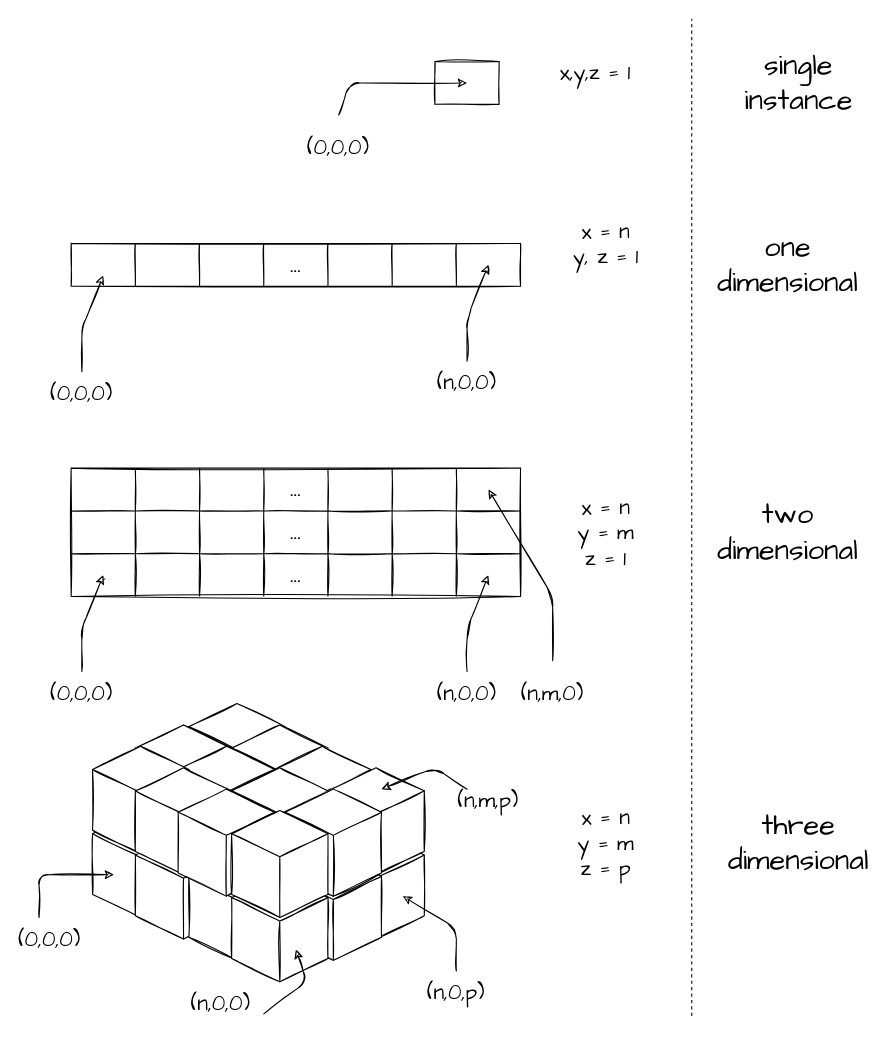
Earlier version of the draw.io diagram computing_dimensions.drawio (tamani-coding/webgpu-computing-jpeg). Source tidied: cells renumbered, new cells numbered last; positions are measured from the earlier drawing's top-left corner, leaving out a move shared by most shapes. Both pictures are drawn from the tidied source at 107%, with x=0, y=0 at pixel (28, 18).
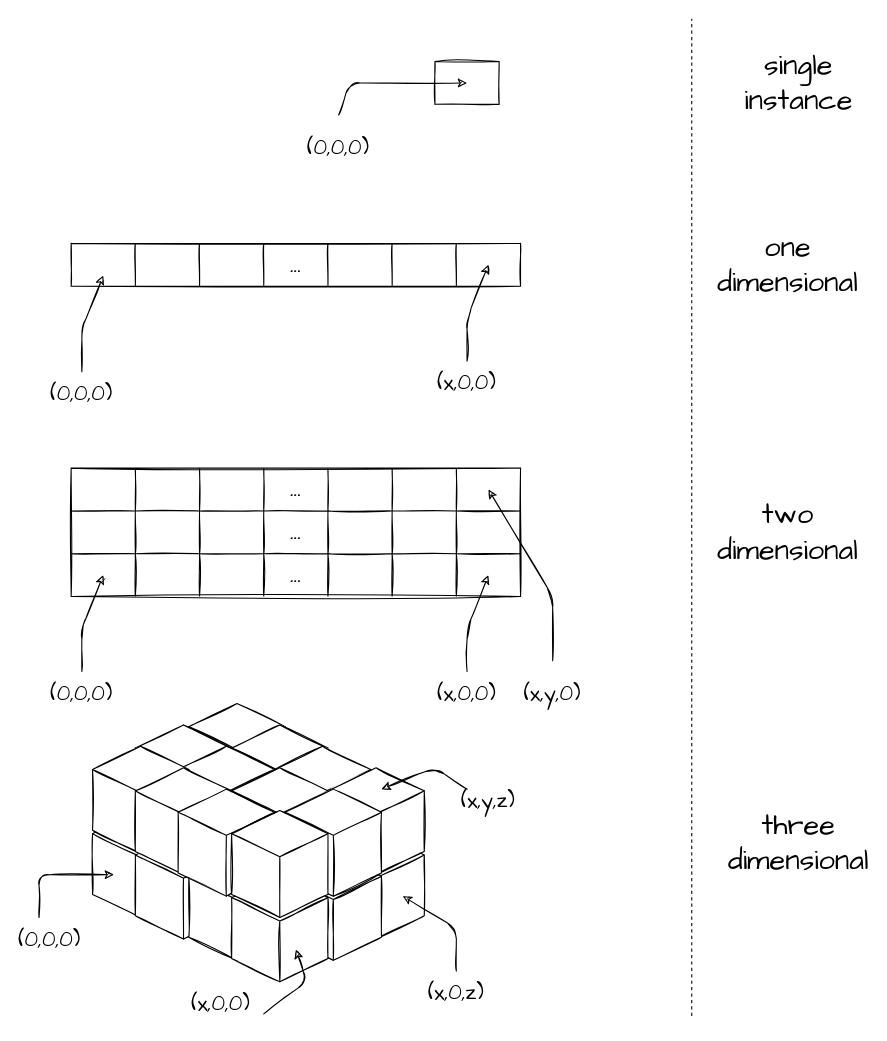
After the change.

The edit, as a diff of the source:
```diff
@@
-    <mxCell id="7" value="&lt;font style=&quot;font-size: 20px&quot; face=&quot;Comic Sans MS&quot;&gt;x,y,z = 1&lt;/font&gt;" style="text;html=1;strokeColor=none;fillColor=none;align=center;verticalAlign=middle;whiteSpace=wrap;rounded=0;" parent="1" vertex="1">
-      <mxGeometry x="470" y="40" width="120" height="20" as="geometry" />
-    </mxCell>
@@
-    <mxCell id="19" value="&lt;font style=&quot;font-size: 20px&quot; face=&quot;Comic Sans MS&quot;&gt;(n,0,0)&lt;/font&gt;" style="text;html=1;strokeColor=none;fillColor=none;align=center;verticalAlign=middle;whiteSpace=wrap;rounded=0;" parent="1" vertex="1">
+    <mxCell id="19" value="&lt;font style=&quot;font-size: 20px&quot; face=&quot;Comic Sans MS&quot;&gt;(x,0,0)&lt;/font&gt;" style="text;html=1;strokeColor=none;fillColor=none;align=center;verticalAlign=middle;whiteSpace=wrap;rounded=0;" parent="1" vertex="1">
       <mxGeometry x="390" y="330" width="40" height="20" as="geometry" />
     </mxCell>
@@
-    <mxCell id="21" value="&lt;font style=&quot;font-size: 20px&quot; face=&quot;Comic Sans MS&quot;&gt;x = n&lt;br&gt;y, z = 1&lt;br&gt;&lt;/font&gt;" style="text;html=1;strokeColor=none;fillColor=none;align=center;verticalAlign=middle;whiteSpace=wrap;rounded=0;" parent="1" vertex="1">
-      <mxGeometry x="480" y="200" width="120" height="20" as="geometry" />
-    </mxCell>
@@
-    <mxCell id="49" value="&lt;font style=&quot;font-size: 20px&quot; face=&quot;Comic Sans MS&quot;&gt;(n,0,0)&lt;/font&gt;" style="text;html=1;strokeColor=none;fillColor=none;align=center;verticalAlign=middle;whiteSpace=wrap;rounded=0;" parent="1" vertex="1">
+    <mxCell id="49" value="&lt;font style=&quot;font-size: 20px&quot; face=&quot;Comic Sans MS&quot;&gt;(x,0,0)&lt;/font&gt;" style="text;html=1;strokeColor=none;fillColor=none;align=center;verticalAlign=middle;whiteSpace=wrap;rounded=0;" parent="1" vertex="1">
       <mxGeometry x="390" y="620" width="40" height="20" as="geometry" />
     </mxCell>
@@
-    <mxCell id="51" value="&lt;font style=&quot;font-size: 20px&quot; face=&quot;Comic Sans MS&quot;&gt;x = n&lt;br&gt;y = m&lt;br&gt;z = 1&lt;br&gt;&lt;/font&gt;" style="text;html=1;strokeColor=none;fillColor=none;align=center;verticalAlign=middle;whiteSpace=wrap;rounded=0;" parent="1" vertex="1">
-      <mxGeometry x="480" y="470" width="120" height="20" as="geometry" />
-    </mxCell>
@@
-    <mxCell id="53" value="&lt;font style=&quot;font-size: 20px&quot; face=&quot;Comic Sans MS&quot;&gt;(n,m,0)&lt;/font&gt;" style="text;html=1;strokeColor=none;fillColor=none;align=center;verticalAlign=middle;whiteSpace=wrap;rounded=0;" parent="1" vertex="1">
+    <mxCell id="53" value="&lt;font style=&quot;font-size: 20px&quot; face=&quot;Comic Sans MS&quot;&gt;(x,y,0)&lt;/font&gt;" style="text;html=1;strokeColor=none;fillColor=none;align=center;verticalAlign=middle;whiteSpace=wrap;rounded=0;" parent="1" vertex="1">
       <mxGeometry x="470" y="620" width="40" height="20" as="geometry" />
     </mxCell>
@@
-    <mxCell id="79" value="&lt;font style=&quot;font-size: 20px&quot; face=&quot;Comic Sans MS&quot;&gt;(n,0,0)&lt;/font&gt;" style="text;html=1;strokeColor=none;fillColor=none;align=center;verticalAlign=middle;whiteSpace=wrap;rounded=0;" parent="1" vertex="1">
+    <mxCell id="79" value="&lt;font style=&quot;font-size: 20px&quot; face=&quot;Comic Sans MS&quot;&gt;(x,0,0)&lt;/font&gt;" style="text;html=1;strokeColor=none;fillColor=none;align=center;verticalAlign=middle;whiteSpace=wrap;rounded=0;" parent="1" vertex="1">
       <mxGeometry x="160" y="910" width="40" height="20" as="geometry" />
     </mxCell>
-    <mxCell id="80" value="&lt;font style=&quot;font-size: 20px&quot; face=&quot;Comic Sans MS&quot;&gt;(n,m,p)&lt;/font&gt;" style="text;html=1;strokeColor=none;fillColor=none;align=center;verticalAlign=middle;whiteSpace=wrap;rounded=0;" parent="1" vertex="1">
+    <mxCell id="80" value="&lt;font style=&quot;font-size: 20px&quot; face=&quot;Comic Sans MS&quot;&gt;(x,y,z)&lt;/font&gt;" style="text;html=1;strokeColor=none;fillColor=none;align=center;verticalAlign=middle;whiteSpace=wrap;rounded=0;" parent="1" vertex="1">
       <mxGeometry x="410" y="720" width="40" height="20" as="geometry" />
     </mxCell>
-    <mxCell id="81" value="&lt;font style=&quot;font-size: 20px&quot; face=&quot;Comic Sans MS&quot;&gt;x = n&lt;br&gt;y = m&lt;br&gt;z = p&lt;br&gt;&lt;/font&gt;" style="text;html=1;strokeColor=none;fillColor=none;align=center;verticalAlign=middle;whiteSpace=wrap;rounded=0;" parent="1" vertex="1">
-      <mxGeometry x="480" y="760" width="120" height="20" as="geometry" />
-    </mxCell>
@@
-    <mxCell id="85" value="&lt;font style=&quot;font-size: 20px&quot; face=&quot;Comic Sans MS&quot;&gt;(n,0,p)&lt;/font&gt;" style="text;html=1;strokeColor=none;fillColor=none;align=center;verticalAlign=middle;whiteSpace=wrap;rounded=0;" parent="1" vertex="1">
+    <mxCell id="85" value="&lt;font style=&quot;font-size: 20px&quot; face=&quot;Comic Sans MS&quot;&gt;(x,0,z)&lt;/font&gt;" style="text;html=1;strokeColor=none;fillColor=none;align=center;verticalAlign=middle;whiteSpace=wrap;rounded=0;" parent="1" vertex="1">
       <mxGeometry x="380" y="900" width="40" height="20" as="geometry" />
     </mxCell>
```
